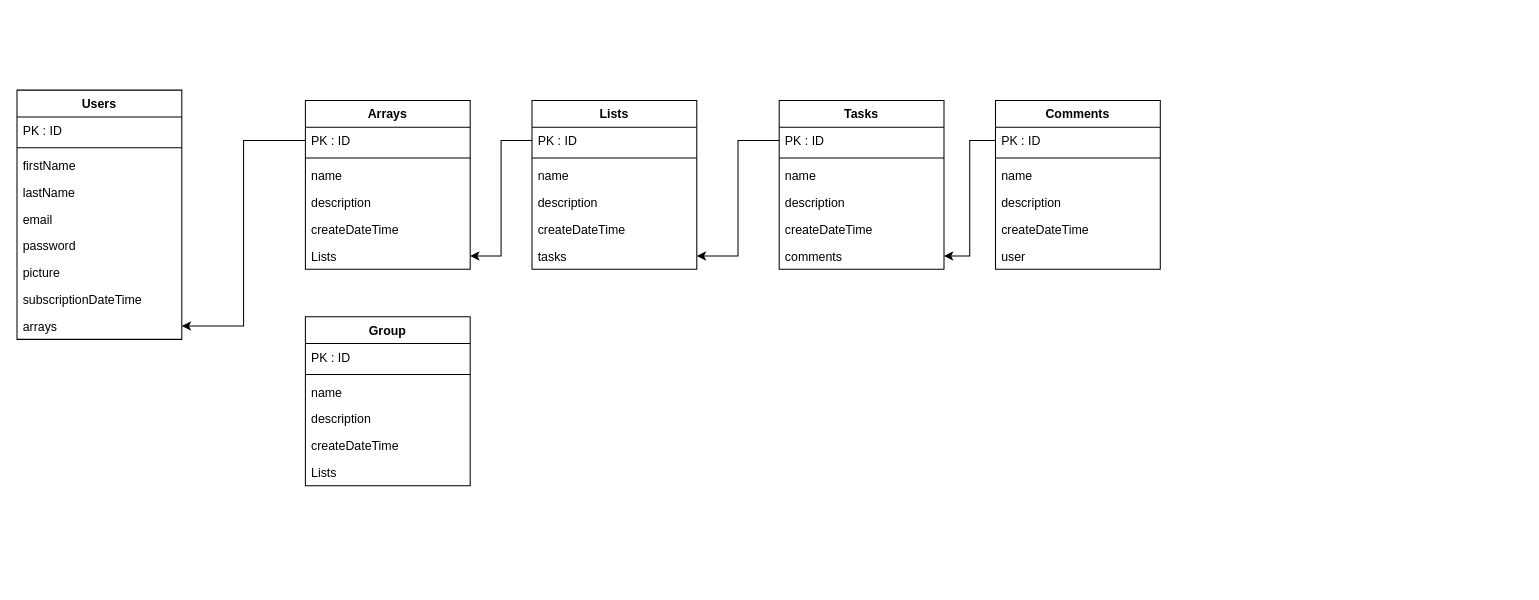
Dimitri21/DISPW-Trello-Like keeps this draw.io diagram as public/Untitled Diagram.drawio. Above is the earlier version. Source tidied: cells renumbered, new cells numbered last; positions are measured from the earlier drawing's top-left corner, leaving out a move shared by most shapes. Both pictures are drawn from the tidied source at 103%, with x=0, y=0 at pixel (16, 90).
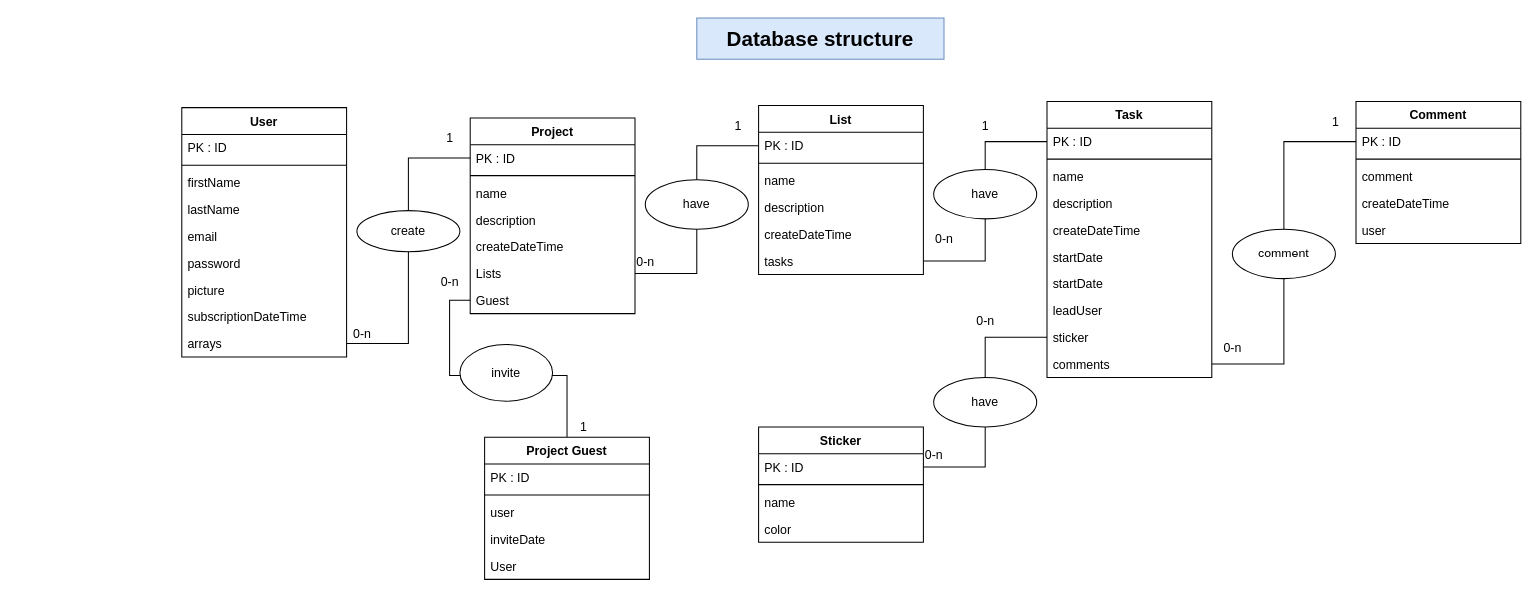
The same diagram, later.

The change refers to these unchanged cells:
```xml
<mxCell id="3" value="PK : ID" style="text;strokeColor=none;fillColor=none;align=left;verticalAlign=top;spacingLeft=4;spacingRight=4;overflow=hidden;points=[[0,0.5],[1,0.5]];portConstraint=eastwest;" parent="2" vertex="1">
  <mxGeometry y="26" width="160" height="26" as="geometry" />
</mxCell>
<mxCell id="18" value="arrays" style="text;strokeColor=none;fillColor=none;align=left;verticalAlign=top;spacingLeft=4;spacingRight=4;overflow=hidden;points=[[0,0.5],[1,0.5]];portConstraint=eastwest;" parent="9" vertex="1">
  <mxGeometry y="216" width="160" height="26" as="geometry" />
</mxCell>
<mxCell id="20" value="PK : ID" style="text;strokeColor=none;fillColor=none;align=left;verticalAlign=top;spacingLeft=4;spacingRight=4;overflow=hidden;points=[[0,0.5],[1,0.5]];portConstraint=eastwest;" parent="19" vertex="1">
  <mxGeometry y="26" width="160" height="26" as="geometry" />
</mxCell>
<mxCell id="25" value="tasks&#10;" style="text;strokeColor=none;fillColor=none;align=left;verticalAlign=top;spacingLeft=4;spacingRight=4;overflow=hidden;points=[[0,0.5],[1,0.5]];portConstraint=eastwest;" parent="19" vertex="1">
  <mxGeometry y="138" width="160" height="26" as="geometry" />
</mxCell>
<mxCell id="27" value="PK : ID" style="text;strokeColor=none;fillColor=none;align=left;verticalAlign=top;spacingLeft=4;spacingRight=4;overflow=hidden;points=[[0,0.5],[1,0.5]];portConstraint=eastwest;" parent="26" vertex="1">
  <mxGeometry y="26" width="160" height="26" as="geometry" />
</mxCell>
<mxCell id="34" value="PK : ID" style="text;strokeColor=none;fillColor=none;align=left;verticalAlign=top;spacingLeft=4;spacingRight=4;overflow=hidden;points=[[0,0.5],[1,0.5]];portConstraint=eastwest;" parent="33" vertex="1">
  <mxGeometry y="26" width="160" height="26" as="geometry" />
</mxCell>
```

Change to the diagram source:
```diff
@@
-    <mxCell id="2" value="Arrays" style="swimlane;fontStyle=1;align=center;verticalAlign=top;horizontal=1;startSize=26;" parent="1" vertex="1">
-      <mxGeometry x="280" y="10" width="160" height="164" as="geometry" />
+    <mxCell id="2" value="Project" style="swimlane;fontStyle=1;align=center;verticalAlign=top;horizontal=1;startSize=26;" parent="1" vertex="1">
+      <mxGeometry x="440" y="27" width="160" height="190" as="geometry" />
     </mxCell>
@@
+    <mxCell id="51" value="Lists" style="text;strokeColor=none;fillColor=none;align=left;verticalAlign=top;spacingLeft=4;spacingRight=4;overflow=hidden;points=[[0,0.5],[1,0.5]];portConstraint=eastwest;" parent="2" vertex="1">
+      <mxGeometry y="138" width="160" height="26" as="geometry" />
+    </mxCell>
-    <mxCell id="8" value="Lists" style="text;strokeColor=none;fillColor=none;align=left;verticalAlign=top;spacingLeft=4;spacingRight=4;overflow=hidden;points=[[0,0.5],[1,0.5]];portConstraint=eastwest;" parent="2" vertex="1">
-      <mxGeometry y="138" width="160" height="26" as="geometry" />
+    <mxCell id="8" value="Guest" style="text;strokeColor=none;fillColor=none;align=left;verticalAlign=top;spacingLeft=4;spacingRight=4;overflow=hidden;points=[[0,0.5],[1,0.5]];portConstraint=eastwest;" parent="2" vertex="1">
+      <mxGeometry y="164" width="160" height="26" as="geometry" />
     </mxCell>
-    <mxCell id="9" value="Users" style="swimlane;fontStyle=1;align=center;verticalAlign=top;horizontal=1;startSize=26;" parent="1" vertex="1">
-      <mxGeometry width="160" height="242" as="geometry" />
+    <mxCell id="9" value="User" style="swimlane;fontStyle=1;align=center;verticalAlign=top;horizontal=1;startSize=26;" parent="1" vertex="1">
+      <mxGeometry x="160" y="17" width="160" height="242" as="geometry" />
     </mxCell>
@@
-    <mxCell id="19" value="Lists" style="swimlane;fontStyle=1;align=center;verticalAlign=top;horizontal=1;startSize=26;" parent="1" vertex="1">
-      <mxGeometry x="500" y="10" width="160" height="164" as="geometry" />
+    <mxCell id="19" value="List" style="swimlane;fontStyle=1;align=center;verticalAlign=top;horizontal=1;startSize=26;" parent="1" vertex="1">
+      <mxGeometry x="720" y="15" width="160" height="164" as="geometry" />
     </mxCell>
@@
-    <mxCell id="26" value="Tasks" style="swimlane;fontStyle=1;align=center;verticalAlign=top;horizontal=1;startSize=26;" parent="1" vertex="1">
-      <mxGeometry x="740" y="10" width="160" height="164" as="geometry" />
+    <mxCell id="26" value="Task" style="swimlane;fontStyle=1;align=center;verticalAlign=top;horizontal=1;startSize=26;" parent="1" vertex="1">
+      <mxGeometry x="1000" y="11" width="160" height="268" as="geometry" />
     </mxCell>
@@
+    <mxCell id="49" value="createDateTime&#10;" style="text;strokeColor=none;fillColor=none;align=left;verticalAlign=top;spacingLeft=4;spacingRight=4;overflow=hidden;" parent="26" vertex="1">
+      <mxGeometry y="112" width="160" height="26" as="geometry" />
+    </mxCell>
+    <mxCell id="52" value="startDate" style="text;strokeColor=none;fillColor=none;align=left;verticalAlign=top;spacingLeft=4;spacingRight=4;overflow=hidden;" parent="26" vertex="1">
+      <mxGeometry y="138" width="160" height="26" as="geometry" />
+    </mxCell>
+    <mxCell id="53" value="startDate" style="text;strokeColor=none;fillColor=none;align=left;verticalAlign=top;spacingLeft=4;spacingRight=4;overflow=hidden;" parent="26" vertex="1">
+      <mxGeometry y="164" width="160" height="26" as="geometry" />
+    </mxCell>
+    <mxCell id="54" value="leadUser" style="text;strokeColor=none;fillColor=none;align=left;verticalAlign=top;spacingLeft=4;spacingRight=4;overflow=hidden;" parent="26" vertex="1">
+      <mxGeometry y="190" width="160" height="26" as="geometry" />
+    </mxCell>
-    <mxCell id="31" value="createDateTime&#10;" style="text;strokeColor=none;fillColor=none;align=left;verticalAlign=top;spacingLeft=4;spacingRight=4;overflow=hidden;points=[[0,0.5],[1,0.5]];portConstraint=eastwest;" parent="26" vertex="1">
-      <mxGeometry y="112" width="160" height="26" as="geometry" />
+    <mxCell id="31" value="sticker" style="text;strokeColor=none;fillColor=none;align=left;verticalAlign=top;spacingLeft=4;spacingRight=4;overflow=hidden;points=[[0,0.5],[1,0.5]];portConstraint=eastwest;" parent="26" vertex="1">
+      <mxGeometry y="216" width="160" height="26" as="geometry" />
     </mxCell>
     <mxCell id="32" value="comments&#10;" style="text;strokeColor=none;fillColor=none;align=left;verticalAlign=top;spacingLeft=4;spacingRight=4;overflow=hidden;points=[[0,0.5],[1,0.5]];portConstraint=eastwest;" parent="26" vertex="1">
-      <mxGeometry y="138" width="160" height="26" as="geometry" />
+      <mxGeometry y="242" width="160" height="26" as="geometry" />
     </mxCell>
-    <mxCell id="33" value="Comments&#10;" style="swimlane;fontStyle=1;align=center;verticalAlign=top;horizontal=1;startSize=26;" parent="1" vertex="1">
-      <mxGeometry x="950" y="10" width="160" height="164" as="geometry" />
+    <mxCell id="33" value="Comment" style="swimlane;fontStyle=1;align=center;verticalAlign=top;horizontal=1;startSize=26;" parent="1" vertex="1">
+      <mxGeometry x="1300" y="11" width="160" height="138" as="geometry" />
     </mxCell>
@@
-    <mxCell id="36" value="name&#10;" style="text;strokeColor=none;fillColor=none;align=left;verticalAlign=top;spacingLeft=4;spacingRight=4;overflow=hidden;" parent="33" vertex="1">
-      <mxGeometry y="60" width="160" height="26" as="geometry" />
-    </mxCell>
-    <mxCell id="37" value="description&#10;" style="text;strokeColor=none;fillColor=none;align=left;verticalAlign=top;spacingLeft=4;spacingRight=4;overflow=hidden;" parent="33" vertex="1">
-      <mxGeometry y="86" width="160" height="26" as="geometry" />
+    <mxCell id="37" value="comment" style="text;strokeColor=none;fillColor=none;align=left;verticalAlign=top;spacingLeft=4;spacingRight=4;overflow=hidden;" parent="33" vertex="1">
+      <mxGeometry y="60" width="160" height="26" as="geometry" />
     </mxCell>
     <mxCell id="38" value="createDateTime&#10;" style="text;strokeColor=none;fillColor=none;align=left;verticalAlign=top;spacingLeft=4;spacingRight=4;overflow=hidden;" parent="33" vertex="1">
-      <mxGeometry y="112" width="160" height="26" as="geometry" />
+      <mxGeometry y="86" width="160" height="26" as="geometry" />
     </mxCell>
     <mxCell id="39" value="user&#10;" style="text;strokeColor=none;fillColor=none;align=left;verticalAlign=top;spacingLeft=4;spacingRight=4;overflow=hidden;" parent="33" vertex="1">
-      <mxGeometry y="138" width="160" height="26" as="geometry" />
+      <mxGeometry y="112" width="160" height="26" as="geometry" />
     </mxCell>
-    <mxCell id="40" style="edgeStyle=orthogonalEdgeStyle;rounded=0;jettySize=auto;html=1;entryX=1;entryY=0.5;entryDx=0;entryDy=0;" parent="1" edge="1" source="3" target="18">
+    <mxCell id="40" style="edgeStyle=orthogonalEdgeStyle;rounded=0;jettySize=auto;html=1;entryX=1;entryY=0.5;entryDx=0;entryDy=0;startArrow=none;startFill=0;endArrow=none;endFill=0;" parent="1" edge="1" source="3" target="18">
       <mxGeometry relative="1" as="geometry" />
     </mxCell>
-    <mxCell id="41" style="edgeStyle=orthogonalEdgeStyle;rounded=0;jettySize=auto;html=1;entryX=1;entryY=0.5;entryDx=0;entryDy=0;" parent="1" edge="1" source="20" target="8">
+    <mxCell id="41" style="edgeStyle=orthogonalEdgeStyle;rounded=0;jettySize=auto;html=1;entryX=1;entryY=0.5;entryDx=0;entryDy=0;endArrow=none;endFill=0;" parent="1" edge="1" source="20" target="51">
       <mxGeometry relative="1" as="geometry" />
     </mxCell>
-    <mxCell id="42" style="edgeStyle=orthogonalEdgeStyle;rounded=0;jettySize=auto;html=1;entryX=1;entryY=0.5;entryDx=0;entryDy=0;" parent="1" edge="1" source="27" target="25">
+    <mxCell id="42" style="edgeStyle=orthogonalEdgeStyle;rounded=0;jettySize=auto;html=1;entryX=1;entryY=0.5;entryDx=0;entryDy=0;endArrow=none;endFill=0;" parent="1" edge="1" source="27" target="25">
       <mxGeometry relative="1" as="geometry" />
     </mxCell>
-    <mxCell id="43" style="edgeStyle=orthogonalEdgeStyle;rounded=0;jettySize=auto;html=1;entryX=1;entryY=0.5;entryDx=0;entryDy=0;" parent="1" edge="1" source="34" target="32">
+    <mxCell id="43" style="edgeStyle=orthogonalEdgeStyle;rounded=0;jettySize=auto;html=1;entryX=1;entryY=0.5;entryDx=0;entryDy=0;endArrow=none;endFill=0;" parent="1" edge="1" source="34" target="32">
       <mxGeometry relative="1" as="geometry" />
     </mxCell>
+    <mxCell id="55" style="edgeStyle=orthogonalEdgeStyle;rounded=0;jettySize=auto;html=1;entryX=0;entryY=0.5;entryDx=0;entryDy=0;endArrow=none;endFill=0;" parent="1" edge="1" source="44" target="8">
+      <mxGeometry relative="1" as="geometry" />
+    </mxCell>
-    <mxCell id="44" value="Group" style="swimlane;fontStyle=1;align=center;verticalAlign=top;horizontal=1;startSize=26;" parent="1" vertex="1">
-      <mxGeometry x="280" y="220" width="160" height="164" as="geometry" />
+    <mxCell id="44" value="Project Guest" style="swimlane;fontStyle=1;align=center;verticalAlign=top;horizontal=1;startSize=26;" parent="1" vertex="1">
+      <mxGeometry x="454" y="337" width="160" height="138" as="geometry" />
     </mxCell>
@@
-    <mxCell id="47" value="name&#10;" style="text;strokeColor=none;fillColor=none;align=left;verticalAlign=top;spacingLeft=4;spacingRight=4;overflow=hidden;" parent="44" vertex="1">
+    <mxCell id="47" value="user" style="text;strokeColor=none;fillColor=none;align=left;verticalAlign=top;spacingLeft=4;spacingRight=4;overflow=hidden;" parent="44" vertex="1">
       <mxGeometry y="60" width="160" height="26" as="geometry" />
     </mxCell>
-    <mxCell id="48" value="description&#10;" style="text;strokeColor=none;fillColor=none;align=left;verticalAlign=top;spacingLeft=4;spacingRight=4;overflow=hidden;" parent="44" vertex="1">
+    <mxCell id="48" value="inviteDate" style="text;strokeColor=none;fillColor=none;align=left;verticalAlign=top;spacingLeft=4;spacingRight=4;overflow=hidden;" parent="44" vertex="1">
       <mxGeometry y="86" width="160" height="26" as="geometry" />
     </mxCell>
-    <mxCell id="49" value="createDateTime&#10;" style="text;strokeColor=none;fillColor=none;align=left;verticalAlign=top;spacingLeft=4;spacingRight=4;overflow=hidden;" parent="44" vertex="1">
-      <mxGeometry y="112" width="160" height="26" as="geometry" />
-    </mxCell>
-    <mxCell id="50" value="Lists" style="text;strokeColor=none;fillColor=none;align=left;verticalAlign=top;spacingLeft=4;spacingRight=4;overflow=hidden;" parent="44" vertex="1">
-      <mxGeometry y="138" width="160" height="26" as="geometry" />
+    <mxCell id="50" value="User" style="text;strokeColor=none;fillColor=none;align=left;verticalAlign=top;spacingLeft=4;spacingRight=4;overflow=hidden;" parent="44" vertex="1">
+      <mxGeometry y="112" width="160" height="26" as="geometry" />
     </mxCell>
+    <mxCell id="56" value="Sticker" style="swimlane;fontStyle=1;align=center;verticalAlign=top;horizontal=1;startSize=26;" parent="1" vertex="1">
+      <mxGeometry x="720" y="327" width="160" height="112" as="geometry" />
+    </mxCell>
+    <mxCell id="57" value="PK : ID" style="text;strokeColor=none;fillColor=none;align=left;verticalAlign=top;spacingLeft=4;spacingRight=4;overflow=hidden;points=[[0,0.5],[1,0.5]];portConstraint=eastwest;" parent="56" vertex="1">
+      <mxGeometry y="26" width="160" height="26" as="geometry" />
+    </mxCell>
+    <mxCell id="58" style="line;strokeWidth=1;fillColor=none;align=left;verticalAlign=middle;spacingTop=-1;spacingLeft=3;spacingRight=3;labelPosition=right;" parent="56" vertex="1">
+      <mxGeometry y="52" width="160" height="8" as="geometry" />
+    </mxCell>
+    <mxCell id="36" value="name&#10;" style="text;strokeColor=none;fillColor=none;align=left;verticalAlign=top;spacingLeft=4;spacingRight=4;overflow=hidden;" parent="56" vertex="1">
+      <mxGeometry y="60" width="160" height="26" as="geometry" />
+    </mxCell>
+    <mxCell id="59" value="color" style="text;strokeColor=none;fillColor=none;align=left;verticalAlign=top;spacingLeft=4;spacingRight=4;overflow=hidden;" parent="56" vertex="1">
+      <mxGeometry y="86" width="160" height="26" as="geometry" />
+    </mxCell>
+    <mxCell id="60" style="edgeStyle=orthogonalEdgeStyle;rounded=0;jettySize=auto;html=1;entryX=1;entryY=0.5;entryDx=0;entryDy=0;endArrow=none;endFill=0;" parent="1" edge="1" source="31" target="57">
+      <mxGeometry relative="1" as="geometry" />
+    </mxCell>
+    <mxCell id="61" value="1" style="text;html=1;align=center;verticalAlign=middle;" parent="1" vertex="1">
+      <mxGeometry x="410" y="37" width="20" height="20" as="geometry" />
+    </mxCell>
+    <mxCell id="62" value="0-n" style="text;html=1;align=center;verticalAlign=middle;" parent="1" vertex="1">
+      <mxGeometry x="320" y="227" width="30" height="20" as="geometry" />
+    </mxCell>
+    <mxCell id="63" value="create" style="ellipse;whiteSpace=wrap;html=1;" parent="1" vertex="1">
+      <mxGeometry x="330" y="117" width="100" height="40" as="geometry" />
+    </mxCell>
+    <mxCell id="64" value="0-n" style="text;html=1;align=center;verticalAlign=middle;" parent="1" vertex="1">
+      <mxGeometry x="405" y="177" width="30" height="20" as="geometry" />
+    </mxCell>
+    <mxCell id="65" value="1" style="text;html=1;align=center;verticalAlign=middle;" parent="1" vertex="1">
+      <mxGeometry x="540" y="317" width="20" height="20" as="geometry" />
+    </mxCell>
+    <mxCell id="66" value="0-n" style="text;html=1;align=center;verticalAlign=middle;" parent="1" vertex="1">
+      <mxGeometry x="595" y="157" width="30" height="20" as="geometry" />
+    </mxCell>
+    <mxCell id="67" value="1" style="text;html=1;align=center;verticalAlign=middle;" parent="1" vertex="1">
+      <mxGeometry x="690" y="25" width="20" height="20" as="geometry" />
+    </mxCell>
+    <mxCell id="68" value="0-n" style="text;html=1;align=center;verticalAlign=middle;" parent="1" vertex="1">
+      <mxGeometry x="885" y="135" width="30" height="20" as="geometry" />
+    </mxCell>
+    <mxCell id="69" value="1" style="text;html=1;align=center;verticalAlign=middle;" parent="1" vertex="1">
+      <mxGeometry x="930" y="25" width="20" height="20" as="geometry" />
+    </mxCell>
+    <mxCell id="70" value="0-n" style="text;html=1;align=center;verticalAlign=middle;" parent="1" vertex="1">
+      <mxGeometry x="1165" y="241" width="30" height="20" as="geometry" />
+    </mxCell>
+    <mxCell id="71" value="1" style="text;html=1;align=center;verticalAlign=middle;" parent="1" vertex="1">
+      <mxGeometry x="1270" y="21" width="20" height="20" as="geometry" />
+    </mxCell>
+    <mxCell id="72" value="0-n" style="text;html=1;align=center;verticalAlign=middle;" parent="1" vertex="1">
+      <mxGeometry x="925" y="215" width="30" height="20" as="geometry" />
+    </mxCell>
+    <mxCell id="73" value="0-n" style="text;html=1;align=center;verticalAlign=middle;" parent="1" vertex="1">
+      <mxGeometry x="875" y="345" width="30" height="20" as="geometry" />
+    </mxCell>
+    <mxCell id="74" value="invite" style="ellipse;whiteSpace=wrap;html=1;" parent="1" vertex="1">
+      <mxGeometry x="430" y="247" width="90" height="55" as="geometry" />
+    </mxCell>
+    <mxCell id="75" value="have" style="ellipse;whiteSpace=wrap;html=1;" parent="1" vertex="1">
+      <mxGeometry x="610" y="87" width="100" height="48" as="geometry" />
+    </mxCell>
+    <mxCell id="76" value="have" style="ellipse;whiteSpace=wrap;html=1;" parent="1" vertex="1">
+      <mxGeometry x="890" y="77" width="100" height="48" as="geometry" />
+    </mxCell>
+    <mxCell id="77" value="comment" style="ellipse;whiteSpace=wrap;html=1;" parent="1" vertex="1">
+      <mxGeometry x="1180" y="135" width="100" height="48" as="geometry" />
+    </mxCell>
+    <mxCell id="78" value="have" style="ellipse;whiteSpace=wrap;html=1;" parent="1" vertex="1">
+      <mxGeometry x="890" y="279" width="100" height="48" as="geometry" />
+    </mxCell>
+    <mxCell id="79" value="Database structure" style="text;html=1;strokeColor=#6c8ebf;fillColor=#dae8fc;align=center;verticalAlign=middle;whiteSpace=wrap;rounded=0;fontSize=20;fontStyle=1;" parent="1" vertex="1">
+      <mxGeometry x="660" y="-70" width="240" height="40" as="geometry" />
+    </mxCell>
```
